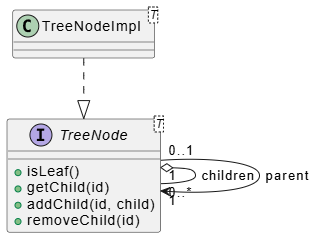
This is Aditya_findings/Part1_Findings/diagrams/composite_uml.png from akdswordguy/Team_B7_DP, a PlantUML export, as it was before one commit. Its source is kept beside it as Aditya_findings/Part1_Findings/diagrams/composite_uml.puml. The source it was exported from:
```plantuml
@startuml
interface TreeNode<T>
class TreeNodeImpl<T>

TreeNodeImpl ..|> TreeNode
TreeNode "1" o-- "0..*" TreeNode : children
TreeNode "0..1" --> "1" TreeNode : parent
TreeNode : +isLeaf()
TreeNode : +getChild(id)
TreeNode : +addChild(id, child)
TreeNode : +removeChild(id)
@enduml
```
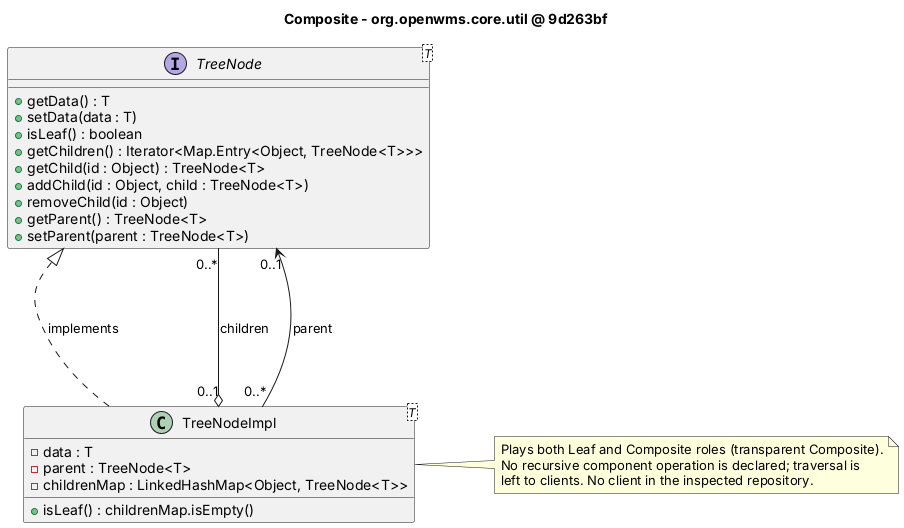
After the commit.

The edit, as a diff of the source:
```diff
@@ -1,12 +1,30 @@
 @startuml
-interface TreeNode<T>
-class TreeNodeImpl<T>
-
-TreeNodeImpl ..|> TreeNode
-TreeNode "1" o-- "0..*" TreeNode : children
-TreeNode "0..1" --> "1" TreeNode : parent
-TreeNode : +isLeaf()
-TreeNode : +getChild(id)
-TreeNode : +addChild(id, child)
-TreeNode : +removeChild(id)
+title Composite - org.openwms.core.util @ 9d263bf
+skinparam nodesep 80
+skinparam ranksep 70
+interface "TreeNode<T>" as TreeNode {
+  +getData() : T
+  +setData(data : T)
+  +isLeaf() : boolean
+  +getChildren() : Iterator<Map.Entry<Object, TreeNode<T>>>
+  +getChild(id : Object) : TreeNode<T>
+  +addChild(id : Object, child : TreeNode<T>)
+  +removeChild(id : Object)
+  +getParent() : TreeNode<T>
+  +setParent(parent : TreeNode<T>)
+}
+class "TreeNodeImpl<T>" as TreeNodeImpl {
+  -data : T
+  -parent : TreeNode<T>
+  -childrenMap : LinkedHashMap<Object, TreeNode<T>>
+  +isLeaf() : childrenMap.isEmpty()
+}
+TreeNodeImpl .up.|> TreeNode : implements
+TreeNodeImpl "0..1" o-up-- "0..*" TreeNode : children
+TreeNodeImpl "0..*" -up--> "0..1" TreeNode : parent
+note right of TreeNodeImpl
+  Plays both Leaf and Composite roles (transparent Composite).
+  No recursive component operation is declared; traversal is
+  left to clients. No client in the inspected repository.
+end note
 @enduml
```
